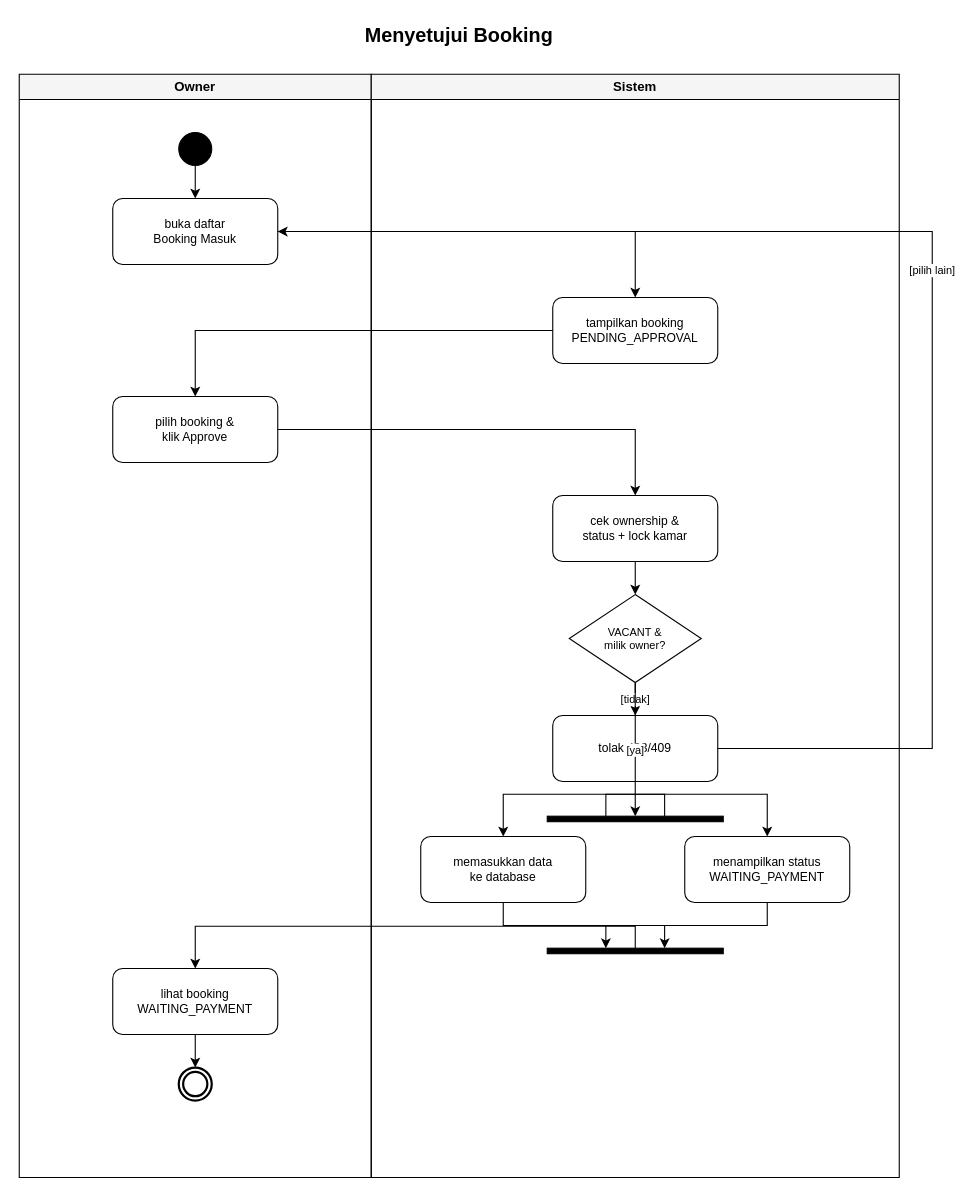
nfl-alvis/NgeKos keeps this draw.io diagram as page "6. Approve Booking (Tidak Digating)" (6 of 11) of docs/diagram/Activity-Ngekost.drawio. Above is the earlier version. Source tidied: cells renumbered, new cells numbered last; positions are measured from the earlier drawing's top-left corner, leaving out a move shared by most shapes. Both pictures are drawn from the tidied source at 110%, with x=0, y=0 at pixel (19, 19).
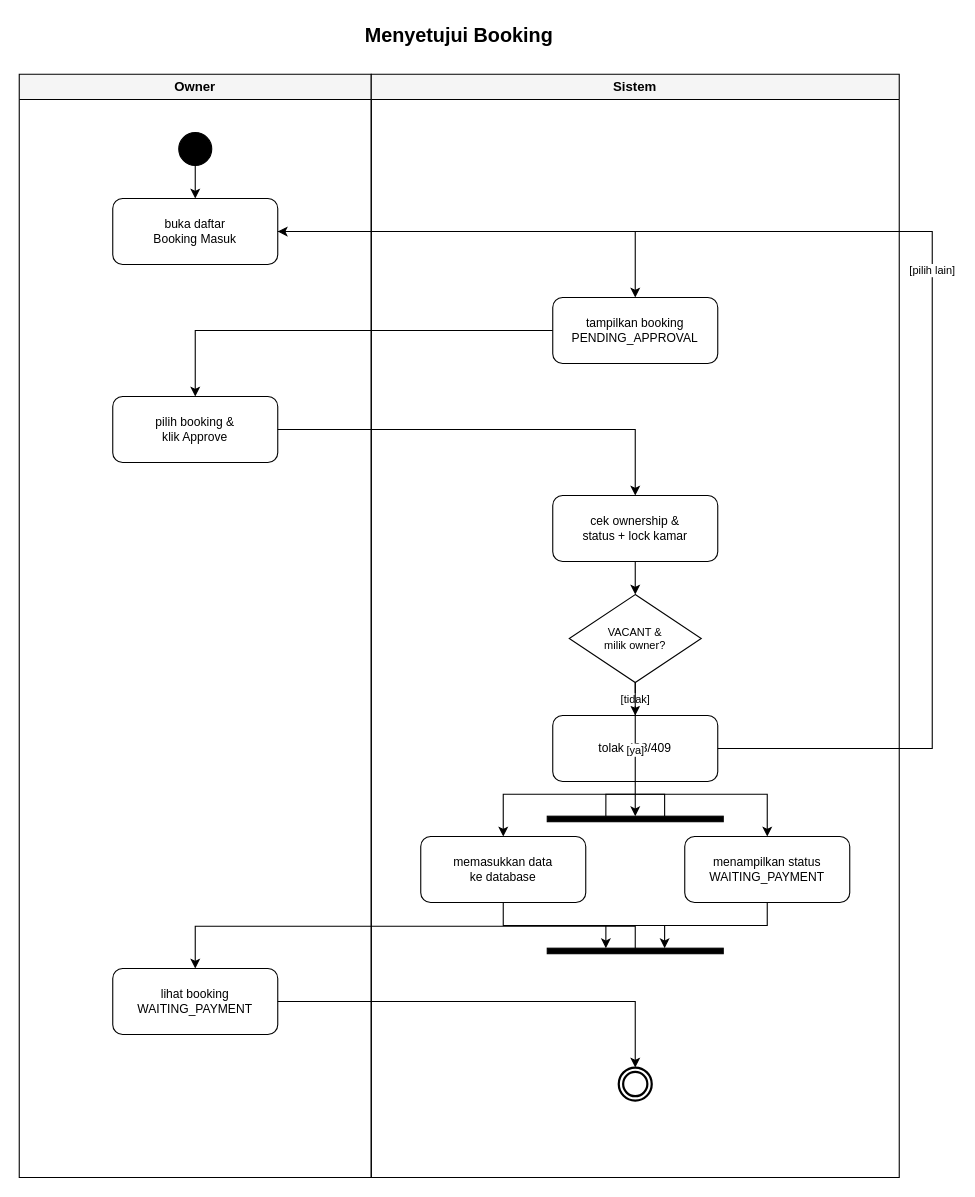
After the change.

The change refers to these unchanged cells:
```xml
<mxCell id="3" value="Owner" style="swimlane;whiteSpace=wrap;html=1;startSize=23;horizontal=1;fontStyle=1;fontSize=12;fillColor=#f5f5f5;strokeColor=#000000;" parent="1" vertex="1">
  <mxGeometry y="50" width="320" height="1003" as="geometry" />
</mxCell>
<mxCell id="4" value="Sistem" style="swimlane;whiteSpace=wrap;html=1;startSize=23;horizontal=1;fontStyle=1;fontSize=12;fillColor=#f5f5f5;strokeColor=#000000;" parent="1" vertex="1">
  <mxGeometry x="320" y="50" width="480" height="1003" as="geometry" />
</mxCell>
<mxCell id="16" value="lihat booking&#10;WAITING_PAYMENT" style="rounded=1;whiteSpace=wrap;html=1;fillColor=#FFFFFF;strokeColor=#000000;fontSize=11;" parent="3" vertex="1">
  <mxGeometry x="85" y="813" width="150" height="60" as="geometry" />
</mxCell>
```

Change to the diagram source:
```diff
@@
-    <mxCell id="17" style="ellipse;html=1;shape=endState;fillColor=#FFFFFF;strokeColor=#000000;strokeWidth=2;" parent="3" vertex="1">
-      <mxGeometry x="145" y="903" width="30" height="30" as="geometry" />
+    <mxCell id="17" style="ellipse;html=1;shape=endState;fillColor=#FFFFFF;strokeColor=#000000;strokeWidth=2;" parent="4" vertex="1">
+      <mxGeometry x="225" y="903" width="30" height="30" as="geometry" />
     </mxCell>
@@
-    <mxCell id="31" style="edgeStyle=orthogonalEdgeStyle;rounded=0;jettySize=auto;html=1;strokeColor=#000000;fontSize=10;" parent="3" edge="1" source="16" target="17">
+    <mxCell id="31" style="edgeStyle=orthogonalEdgeStyle;rounded=0;jettySize=auto;html=1;strokeColor=#000000;fontSize=10;" parent="1" edge="1" source="16" target="17">
       <mxGeometry relative="1" as="geometry" />
     </mxCell>
```
